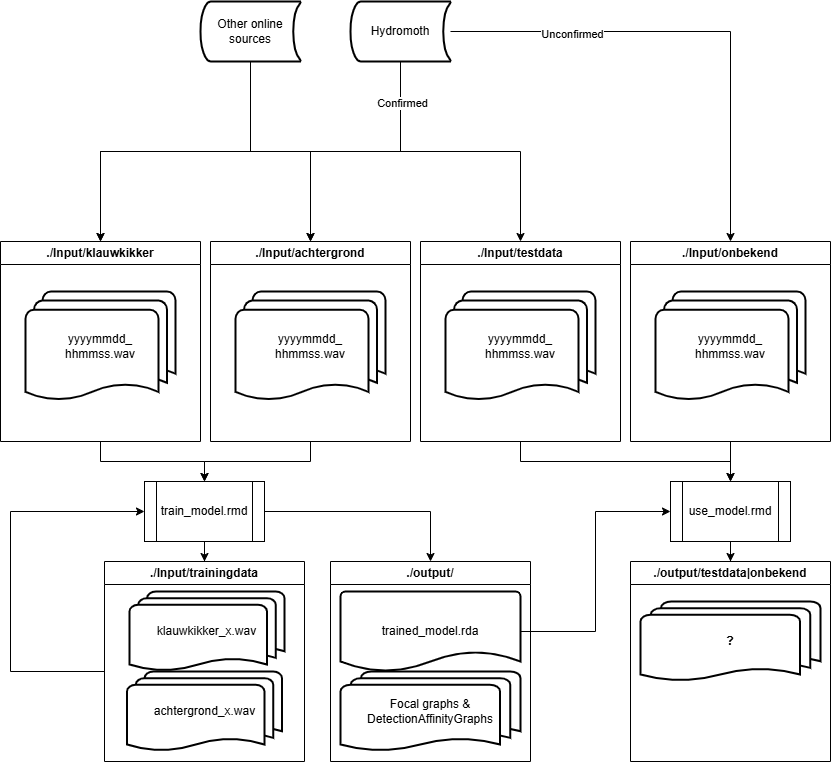
This is documentation/XenopusR-GibbonR-flow.drawio.png from maudsegal/XenopusR, a draw.io export, as it was before one commit. Source tidied: cells renumbered, new cells last; positions are measured from the earlier drawing's top-left corner, leaving out a move shared by most shapes. Its diagram source:
```xml
<mxGraphModel>
  <root>
    <mxCell id="0" />
    <mxCell id="1" parent="0" />
    <mxCell id="2" style="edgeStyle=orthogonalEdgeStyle;rounded=0;jettySize=auto;html=1;" parent="1" edge="1" source="8" target="10">
      <mxGeometry relative="1" as="geometry">
        <Array as="points">
          <mxPoint x="400" y="150" />
          <mxPoint x="100" y="150" />
        </Array>
      </mxGeometry>
    </mxCell>
    <mxCell id="3" style="edgeStyle=orthogonalEdgeStyle;rounded=0;jettySize=auto;html=1;" parent="1" edge="1" source="8" target="13">
      <mxGeometry relative="1" as="geometry" />
    </mxCell>
    <mxCell id="4" style="edgeStyle=orthogonalEdgeStyle;rounded=0;jettySize=auto;html=1;" parent="1" edge="1" source="8" target="19">
      <mxGeometry relative="1" as="geometry" />
    </mxCell>
    <mxCell id="5" value="Confirmed" style="edgeLabel;html=1;align=center;verticalAlign=middle;" parent="4" vertex="1">
      <mxGeometry x="-0.73" y="1" relative="1" as="geometry" />
    </mxCell>
    <mxCell id="6" style="edgeStyle=orthogonalEdgeStyle;rounded=0;jettySize=auto;html=1;" parent="1" edge="1" source="8" target="22">
      <mxGeometry relative="1" as="geometry" />
    </mxCell>
    <mxCell id="7" value="Unconfirmed" style="edgeLabel;html=1;align=center;verticalAlign=middle;" parent="6" vertex="1">
      <mxGeometry x="-0.51" y="-2" relative="1" as="geometry" />
    </mxCell>
    <mxCell id="8" value="Hydromoth" style="strokeWidth=2;html=1;shape=mxgraph.flowchart.stored_data;whiteSpace=wrap;" parent="1" vertex="1">
      <mxGeometry x="350" width="100" height="60" as="geometry" />
    </mxCell>
    <mxCell id="9" style="edgeStyle=orthogonalEdgeStyle;rounded=0;jettySize=auto;html=1;entryX=0.5;entryY=0;entryDx=0;entryDy=0;" parent="1" edge="1" source="10" target="26">
      <mxGeometry relative="1" as="geometry" />
    </mxCell>
    <mxCell id="10" value="./Input/klauwkikker" style="swimlane;whiteSpace=wrap;html=1;startSize=23;" parent="1" vertex="1">
      <mxGeometry y="240" width="200" height="200" as="geometry" />
    </mxCell>
    <mxCell id="11" value="yyyymmdd_&lt;div&gt;hhmmss.wav&lt;/div&gt;" style="strokeWidth=2;html=1;shape=mxgraph.flowchart.multi-document;whiteSpace=wrap;" parent="10" vertex="1">
      <mxGeometry x="25" y="50" width="150" height="110" as="geometry" />
    </mxCell>
    <mxCell id="12" style="edgeStyle=orthogonalEdgeStyle;rounded=0;jettySize=auto;html=1;" parent="1" edge="1" source="13" target="26">
      <mxGeometry relative="1" as="geometry" />
    </mxCell>
    <mxCell id="13" value="./Input/achtergrond" style="swimlane;whiteSpace=wrap;html=1;" parent="1" vertex="1">
      <mxGeometry x="210" y="240" width="200" height="200" as="geometry" />
    </mxCell>
    <mxCell id="14" value="yyyymmdd_&lt;div&gt;hhmmss.wav&lt;/div&gt;" style="strokeWidth=2;html=1;shape=mxgraph.flowchart.multi-document;whiteSpace=wrap;" parent="13" vertex="1">
      <mxGeometry x="25" y="50" width="150" height="110" as="geometry" />
    </mxCell>
    <mxCell id="15" style="edgeStyle=orthogonalEdgeStyle;rounded=0;jettySize=auto;html=1;entryX=0.5;entryY=0;entryDx=0;entryDy=0;" parent="1" edge="1" source="17" target="10">
      <mxGeometry relative="1" as="geometry" />
    </mxCell>
    <mxCell id="16" style="edgeStyle=orthogonalEdgeStyle;rounded=0;jettySize=auto;html=1;" parent="1" edge="1" source="17" target="13">
      <mxGeometry relative="1" as="geometry">
        <Array as="points">
          <mxPoint x="250" y="150" />
          <mxPoint x="310" y="150" />
        </Array>
      </mxGeometry>
    </mxCell>
    <mxCell id="17" value="Other online sources" style="strokeWidth=2;html=1;shape=mxgraph.flowchart.stored_data;whiteSpace=wrap;" parent="1" vertex="1">
      <mxGeometry x="200" width="100" height="60" as="geometry" />
    </mxCell>
    <mxCell id="18" style="edgeStyle=orthogonalEdgeStyle;rounded=0;jettySize=auto;html=1;entryX=0.5;entryY=0;entryDx=0;entryDy=0;" parent="1" edge="1" source="19" target="35">
      <mxGeometry relative="1" as="geometry">
        <Array as="points">
          <mxPoint x="520" y="460" />
          <mxPoint x="730" y="460" />
        </Array>
      </mxGeometry>
    </mxCell>
    <mxCell id="19" value="./Input/testdata" style="swimlane;whiteSpace=wrap;html=1;" parent="1" vertex="1">
      <mxGeometry x="420" y="240" width="200" height="200" as="geometry" />
    </mxCell>
    <mxCell id="20" value="yyyymmdd_&lt;div&gt;hhmmss.wav&lt;/div&gt;" style="strokeWidth=2;html=1;shape=mxgraph.flowchart.multi-document;whiteSpace=wrap;" parent="19" vertex="1">
      <mxGeometry x="25" y="50" width="150" height="110" as="geometry" />
    </mxCell>
    <mxCell id="21" style="edgeStyle=orthogonalEdgeStyle;rounded=0;jettySize=auto;html=1;exitX=0.5;exitY=1;exitDx=0;exitDy=0;" parent="1" edge="1" source="22" target="35">
      <mxGeometry relative="1" as="geometry" />
    </mxCell>
    <mxCell id="22" value="./Input/onbekend" style="swimlane;whiteSpace=wrap;html=1;" parent="1" vertex="1">
      <mxGeometry x="630" y="240" width="200" height="200" as="geometry" />
    </mxCell>
    <mxCell id="23" value="yyyymmdd_&lt;div&gt;hhmmss.wav&lt;/div&gt;" style="strokeWidth=2;html=1;shape=mxgraph.flowchart.multi-document;whiteSpace=wrap;" parent="22" vertex="1">
      <mxGeometry x="25" y="50" width="150" height="110" as="geometry" />
    </mxCell>
    <mxCell id="24" style="edgeStyle=orthogonalEdgeStyle;rounded=0;jettySize=auto;html=1;entryX=0.5;entryY=0;entryDx=0;entryDy=0;" parent="1" edge="1" source="26" target="28">
      <mxGeometry relative="1" as="geometry" />
    </mxCell>
    <mxCell id="25" style="edgeStyle=orthogonalEdgeStyle;rounded=0;jettySize=auto;html=1;entryX=0.5;entryY=0;entryDx=0;entryDy=0;" parent="1" edge="1" source="26" target="31">
      <mxGeometry relative="1" as="geometry" />
    </mxCell>
    <mxCell id="26" value="train_model.rmd" style="shape=process;whiteSpace=wrap;html=1;backgroundOutline=1;" parent="1" vertex="1">
      <mxGeometry x="144" y="480" width="120" height="60" as="geometry" />
    </mxCell>
    <mxCell id="27" style="edgeStyle=orthogonalEdgeStyle;rounded=0;jettySize=auto;html=1;entryX=0;entryY=0.5;entryDx=0;entryDy=0;" parent="1" edge="1" source="28" target="26">
      <mxGeometry relative="1" as="geometry">
        <Array as="points">
          <mxPoint x="10" y="670" />
          <mxPoint x="10" y="510" />
        </Array>
      </mxGeometry>
    </mxCell>
    <mxCell id="28" value="./Input/trainingdata" style="swimlane;whiteSpace=wrap;html=1;startSize=23;" parent="1" vertex="1">
      <mxGeometry x="104" y="560" width="200" height="200" as="geometry" />
    </mxCell>
    <mxCell id="29" value="klauwkikker_x.wav" style="strokeWidth=2;html=1;shape=mxgraph.flowchart.multi-document;whiteSpace=wrap;" parent="28" vertex="1">
      <mxGeometry x="25" y="30" width="155" height="80" as="geometry" />
    </mxCell>
    <mxCell id="30" value="achtergrond_x.wav" style="strokeWidth=2;html=1;shape=mxgraph.flowchart.multi-document;whiteSpace=wrap;" parent="28" vertex="1">
      <mxGeometry x="22.5" y="110" width="155" height="80" as="geometry" />
    </mxCell>
    <mxCell id="31" value="./output/" style="swimlane;whiteSpace=wrap;html=1;" parent="1" vertex="1">
      <mxGeometry x="330" y="560" width="200" height="200" as="geometry" />
    </mxCell>
    <mxCell id="32" value="trained_model.rda" style="strokeWidth=2;html=1;shape=mxgraph.flowchart.document2;whiteSpace=wrap;size=0.25;" parent="31" vertex="1">
      <mxGeometry x="10" y="30" width="180" height="80" as="geometry" />
    </mxCell>
    <mxCell id="33" value="Focal graphs &amp;amp; DetectionAffinityGraphs" style="strokeWidth=2;html=1;shape=mxgraph.flowchart.multi-document;whiteSpace=wrap;" parent="31" vertex="1">
      <mxGeometry x="10" y="110" width="180" height="80" as="geometry" />
    </mxCell>
    <mxCell id="34" style="edgeStyle=orthogonalEdgeStyle;rounded=0;jettySize=auto;html=1;" parent="1" edge="1" source="35" target="36">
      <mxGeometry relative="1" as="geometry" />
    </mxCell>
    <mxCell id="35" value="use_model.rmd" style="shape=process;whiteSpace=wrap;html=1;backgroundOutline=1;" parent="1" vertex="1">
      <mxGeometry x="670" y="480" width="120" height="60" as="geometry" />
    </mxCell>
    <mxCell id="36" value="./output/testdata|onbekend" style="swimlane;whiteSpace=wrap;html=1;" parent="1" vertex="1">
      <mxGeometry x="630" y="560" width="200" height="200" as="geometry" />
    </mxCell>
    <mxCell id="37" value="&lt;b&gt;?&lt;/b&gt;" style="strokeWidth=2;html=1;shape=mxgraph.flowchart.multi-document;whiteSpace=wrap;" parent="36" vertex="1">
      <mxGeometry x="10" y="40" width="180" height="80" as="geometry" />
    </mxCell>
    <mxCell id="38" style="edgeStyle=orthogonalEdgeStyle;rounded=0;jettySize=auto;html=1;entryX=0;entryY=0.5;entryDx=0;entryDy=0;" parent="1" edge="1" source="32" target="35">
      <mxGeometry relative="1" as="geometry" />
    </mxCell>
  </root>
</mxGraphModel>
```
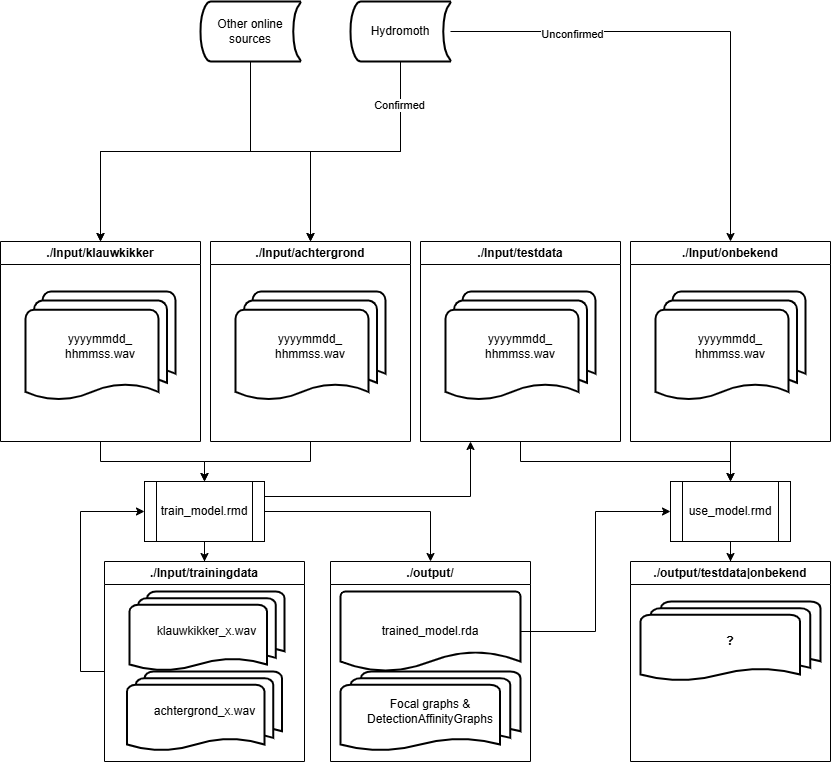
After the change.

What changed in the source:
```diff
@@ -13,11 +13,8 @@
     <mxCell id="3" style="edgeStyle=orthogonalEdgeStyle;rounded=0;jettySize=auto;html=1;" parent="1" edge="1" source="8" target="13">
       <mxGeometry relative="1" as="geometry" />
     </mxCell>
-    <mxCell id="4" style="edgeStyle=orthogonalEdgeStyle;rounded=0;jettySize=auto;html=1;" parent="1" edge="1" source="8" target="19">
-      <mxGeometry relative="1" as="geometry" />
-    </mxCell>
-    <mxCell id="5" value="Confirmed" style="edgeLabel;html=1;align=center;verticalAlign=middle;" parent="4" vertex="1">
-      <mxGeometry x="-0.73" y="1" relative="1" as="geometry" />
+    <mxCell id="5" value="Confirmed" style="edgeLabel;html=1;align=center;verticalAlign=middle;" parent="3" vertex="1">
+      <mxGeometry x="-0.68" y="-2" relative="1" as="geometry" />
     </mxCell>
     <mxCell id="6" style="edgeStyle=orthogonalEdgeStyle;rounded=0;jettySize=auto;html=1;" parent="1" edge="1" source="8" target="22">
       <mxGeometry relative="1" as="geometry" />
@@ -83,20 +80,23 @@
     <mxCell id="23" value="yyyymmdd_&lt;div&gt;hhmmss.wav&lt;/div&gt;" style="strokeWidth=2;html=1;shape=mxgraph.flowchart.multi-document;whiteSpace=wrap;" parent="22" vertex="1">
       <mxGeometry x="25" y="50" width="150" height="110" as="geometry" />
     </mxCell>
+    <mxCell id="25" style="edgeStyle=orthogonalEdgeStyle;rounded=0;jettySize=auto;html=1;entryX=0.5;entryY=0;entryDx=0;entryDy=0;" parent="1" edge="1" source="26" target="31">
+      <mxGeometry relative="1" as="geometry" />
+    </mxCell>
+    <mxCell id="39" style="edgeStyle=orthogonalEdgeStyle;rounded=0;jettySize=auto;html=1;exitX=1;exitY=0.25;exitDx=0;exitDy=0;entryX=0.25;entryY=1;entryDx=0;entryDy=0;" parent="1" edge="1" source="26" target="19">
+      <mxGeometry relative="1" as="geometry" />
+    </mxCell>
     <mxCell id="24" style="edgeStyle=orthogonalEdgeStyle;rounded=0;jettySize=auto;html=1;entryX=0.5;entryY=0;entryDx=0;entryDy=0;" parent="1" edge="1" source="26" target="28">
       <mxGeometry relative="1" as="geometry" />
     </mxCell>
-    <mxCell id="25" style="edgeStyle=orthogonalEdgeStyle;rounded=0;jettySize=auto;html=1;entryX=0.5;entryY=0;entryDx=0;entryDy=0;" parent="1" edge="1" source="26" target="31">
-      <mxGeometry relative="1" as="geometry" />
-    </mxCell>
     <mxCell id="26" value="train_model.rmd" style="shape=process;whiteSpace=wrap;html=1;backgroundOutline=1;" parent="1" vertex="1">
       <mxGeometry x="144" y="480" width="120" height="60" as="geometry" />
     </mxCell>
     <mxCell id="27" style="edgeStyle=orthogonalEdgeStyle;rounded=0;jettySize=auto;html=1;entryX=0;entryY=0.5;entryDx=0;entryDy=0;" parent="1" edge="1" source="28" target="26">
       <mxGeometry relative="1" as="geometry">
         <Array as="points">
-          <mxPoint x="10" y="670" />
-          <mxPoint x="10" y="510" />
+          <mxPoint x="80" y="670" />
+          <mxPoint x="80" y="510" />
         </Array>
       </mxGeometry>
     </mxCell>
```
